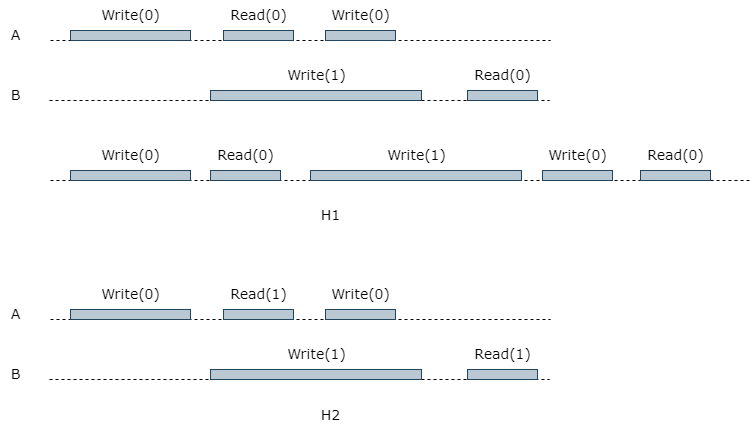
Earlier version of the draw.io export distributed_system/执行历史转换成顺序历史示例.drawio.png (guxdong/imgrepo). Source tidied: cells renumbered, new cells last; positions are measured from the earlier drawing's top-left corner, leaving out a move shared by most shapes.
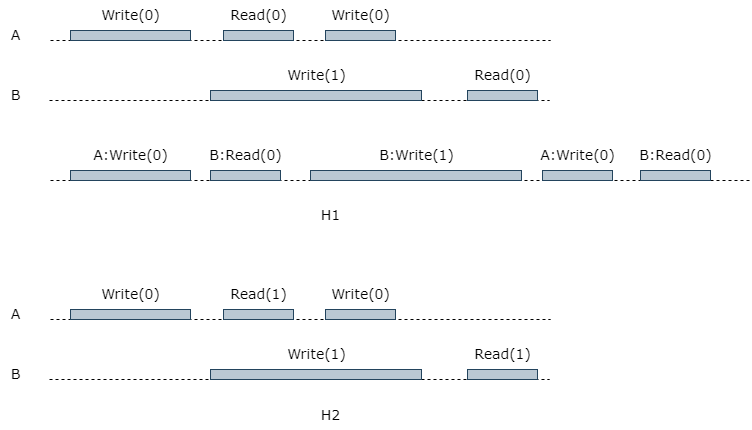
The same file after the commit.

Commit message:
更新执行历史转换成顺序历史示例.drawio.png

Change to the diagram source:
```diff
@@ -62,29 +62,29 @@
     <mxCell id="18" style="rounded=0;whiteSpace=wrap;html=1;fillColor=#bac8d3;strokeColor=#23445d;" parent="1" vertex="1">
       <mxGeometry x="210" y="170" width="70" height="10" as="geometry" />
     </mxCell>
-    <mxCell id="19" value="&lt;font style=&quot;font-size: 14px;&quot; face=&quot;Verdana&quot;&gt;Write(0)&lt;/font&gt;" style="text;html=1;align=center;verticalAlign=middle;strokeColor=none;fillColor=none;" parent="1" vertex="1">
-      <mxGeometry x="90" y="140" width="80" height="30" as="geometry" />
+    <mxCell id="19" value="&lt;font style=&quot;font-size: 14px;&quot; face=&quot;Verdana&quot;&gt;A:Write(0)&lt;/font&gt;" style="text;html=1;align=center;verticalAlign=middle;strokeColor=none;fillColor=none;" parent="1" vertex="1">
+      <mxGeometry x="80" y="140" width="100" height="30" as="geometry" />
     </mxCell>
-    <mxCell id="20" value="&lt;font style=&quot;font-size: 14px;&quot; face=&quot;Verdana&quot;&gt;Read(0)&lt;/font&gt;" style="text;html=1;align=center;verticalAlign=middle;strokeColor=none;fillColor=none;" parent="1" vertex="1">
-      <mxGeometry x="205" y="140" width="80" height="30" as="geometry" />
+    <mxCell id="20" value="&lt;font style=&quot;font-size: 14px;&quot; face=&quot;Verdana&quot;&gt;B:Read(0)&lt;/font&gt;" style="text;html=1;align=center;verticalAlign=middle;strokeColor=none;fillColor=none;" parent="1" vertex="1">
+      <mxGeometry x="195" y="140" width="100" height="30" as="geometry" />
     </mxCell>
     <mxCell id="21" style="rounded=0;whiteSpace=wrap;html=1;fillColor=#bac8d3;strokeColor=#23445d;" parent="1" vertex="1">
       <mxGeometry x="310" y="170" width="211" height="10" as="geometry" />
     </mxCell>
-    <mxCell id="22" value="&lt;font style=&quot;font-size: 14px;&quot; face=&quot;Verdana&quot;&gt;Write(1)&lt;/font&gt;" style="text;html=1;align=center;verticalAlign=middle;strokeColor=none;fillColor=none;" parent="1" vertex="1">
-      <mxGeometry x="375.5" y="140" width="80" height="30" as="geometry" />
+    <mxCell id="22" value="&lt;font style=&quot;font-size: 14px;&quot; face=&quot;Verdana&quot;&gt;B:Write(1)&lt;/font&gt;" style="text;html=1;align=center;verticalAlign=middle;strokeColor=none;fillColor=none;" parent="1" vertex="1">
+      <mxGeometry x="365.5" y="140" width="100" height="30" as="geometry" />
     </mxCell>
     <mxCell id="23" style="rounded=0;whiteSpace=wrap;html=1;fillColor=#bac8d3;strokeColor=#23445d;" parent="1" vertex="1">
       <mxGeometry x="542" y="170" width="70" height="10" as="geometry" />
     </mxCell>
-    <mxCell id="24" value="&lt;font style=&quot;font-size: 14px;&quot; face=&quot;Verdana&quot;&gt;Write(0)&lt;/font&gt;" style="text;html=1;align=center;verticalAlign=middle;strokeColor=none;fillColor=none;" parent="1" vertex="1">
-      <mxGeometry x="537" y="140" width="80" height="30" as="geometry" />
+    <mxCell id="24" value="&lt;font style=&quot;font-size: 14px;&quot; face=&quot;Verdana&quot;&gt;A:Write(0)&lt;/font&gt;" style="text;html=1;align=center;verticalAlign=middle;strokeColor=none;fillColor=none;" parent="1" vertex="1">
+      <mxGeometry x="527" y="140" width="100" height="30" as="geometry" />
     </mxCell>
     <mxCell id="25" style="rounded=0;whiteSpace=wrap;html=1;fillColor=#bac8d3;strokeColor=#23445d;" parent="1" vertex="1">
       <mxGeometry x="640" y="170" width="70" height="10" as="geometry" />
     </mxCell>
-    <mxCell id="26" value="&lt;font style=&quot;font-size: 14px;&quot; face=&quot;Verdana&quot;&gt;Read(0)&lt;/font&gt;" style="text;html=1;align=center;verticalAlign=middle;strokeColor=none;fillColor=none;" parent="1" vertex="1">
-      <mxGeometry x="635" y="140" width="80" height="30" as="geometry" />
+    <mxCell id="26" value="&lt;font style=&quot;font-size: 14px;&quot; face=&quot;Verdana&quot;&gt;B:Read(0)&lt;/font&gt;" style="text;html=1;align=center;verticalAlign=middle;strokeColor=none;fillColor=none;" parent="1" vertex="1">
+      <mxGeometry x="625" y="140" width="100" height="30" as="geometry" />
     </mxCell>
     <mxCell id="27" value="&lt;font style=&quot;font-size: 14px;&quot; face=&quot;Verdana&quot;&gt;H1&lt;/font&gt;" style="text;html=1;align=center;verticalAlign=middle;strokeColor=none;fillColor=none;" parent="1" vertex="1">
       <mxGeometry x="310" y="200" width="40" height="30" as="geometry" />
```
